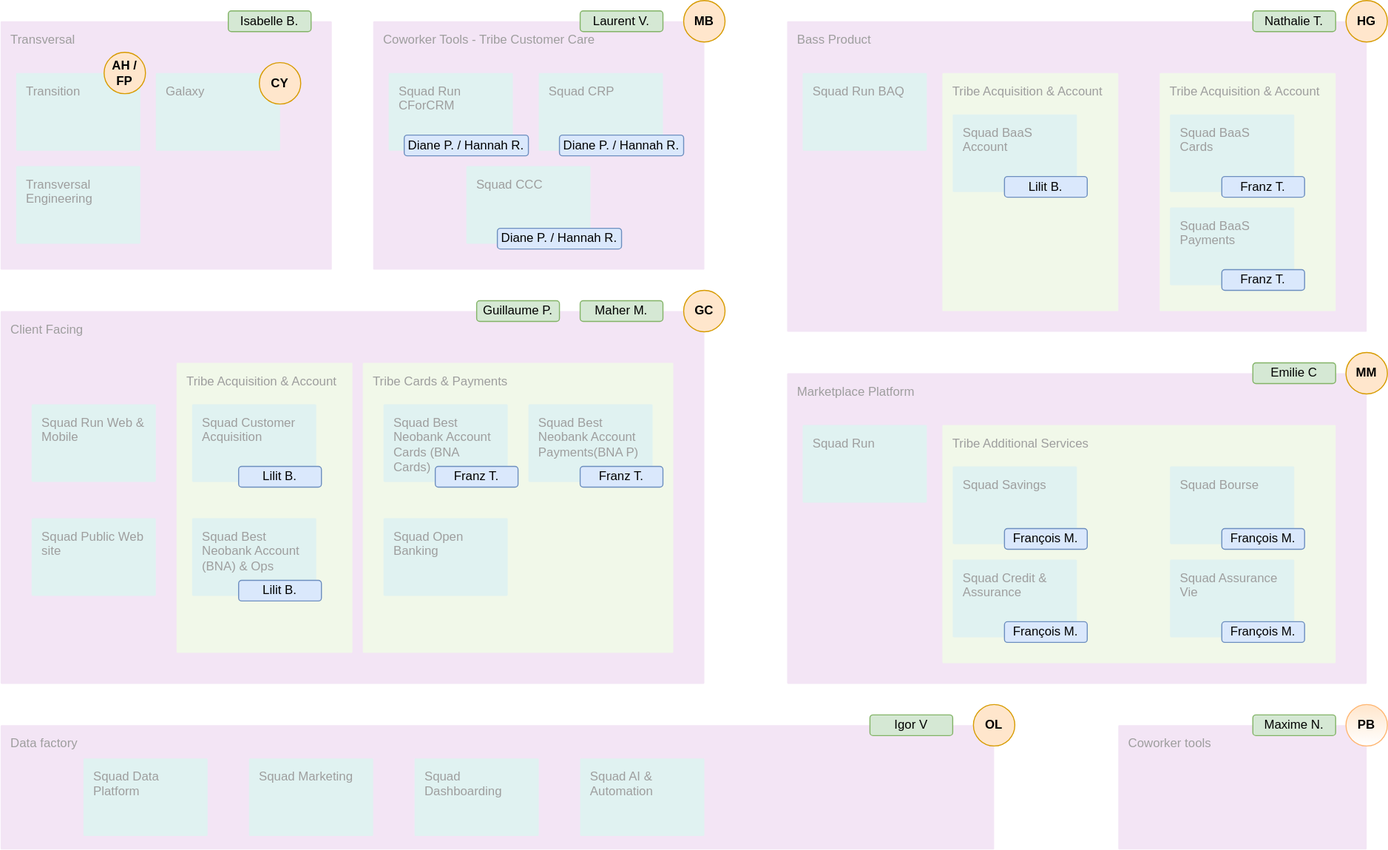
The draw.io diagram orga_domains.drawio.svg in chaindatax/b4b, before a commit. Source tidied: cells renumbered, new cells last; positions are measured from the earlier drawing's top-left corner, leaving out a move shared by most shapes.
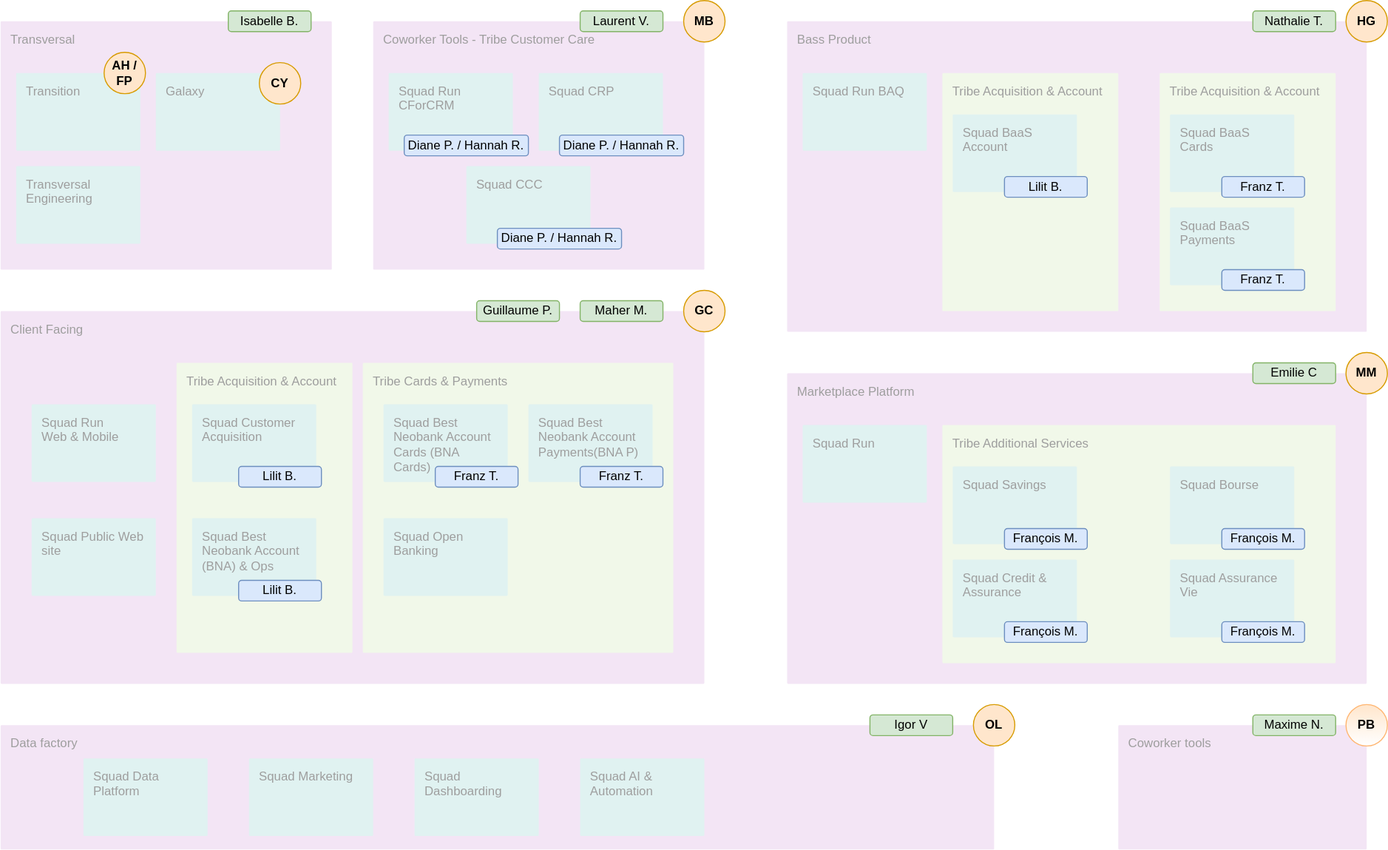
After the change.

Commit message:
Mettre à jour orga_domains.drawio.svg

Diff of the diagram source:
```diff
@@ -38,7 +38,7 @@
     <mxCell id="13" value="Squad Open Banking" style="sketch=0;rounded=1;absoluteArcSize=1;arcSize=2;html=1;strokeColor=none;gradientColor=none;shadow=0;dashed=0;fontSize=12;fontColor=#9E9E9E;align=left;verticalAlign=top;spacing=10;spacingTop=-4;whiteSpace=wrap;fillColor=#E0F2F1;" parent="1" vertex="1">
       <mxGeometry x="370" y="500" width="120" height="75" as="geometry" />
     </mxCell>
-    <mxCell id="14" value="Squad Run Web &amp;amp; Mobile" style="sketch=0;rounded=1;absoluteArcSize=1;arcSize=2;html=1;strokeColor=none;gradientColor=none;shadow=0;dashed=0;fontSize=12;fontColor=#9E9E9E;align=left;verticalAlign=top;spacing=10;spacingTop=-4;whiteSpace=wrap;fillColor=#E0F2F1;" parent="1" vertex="1">
+    <mxCell id="14" value="Squad Run &lt;br&gt;Web &amp;amp; Mobile" style="sketch=0;rounded=1;absoluteArcSize=1;arcSize=2;html=1;strokeColor=none;gradientColor=none;shadow=0;dashed=0;fontSize=12;fontColor=#9E9E9E;align=left;verticalAlign=top;spacing=10;spacingTop=-4;whiteSpace=wrap;fillColor=#E0F2F1;" parent="1" vertex="1">
       <mxGeometry x="30" y="390" width="120" height="75" as="geometry" />
     </mxCell>
     <mxCell id="15" value="Squad Public Web site" style="sketch=0;rounded=1;absoluteArcSize=1;arcSize=2;html=1;strokeColor=none;gradientColor=none;shadow=0;dashed=0;fontSize=12;fontColor=#9E9E9E;align=left;verticalAlign=top;spacing=10;spacingTop=-4;whiteSpace=wrap;fillColor=#E0F2F1;" parent="1" vertex="1">
```
